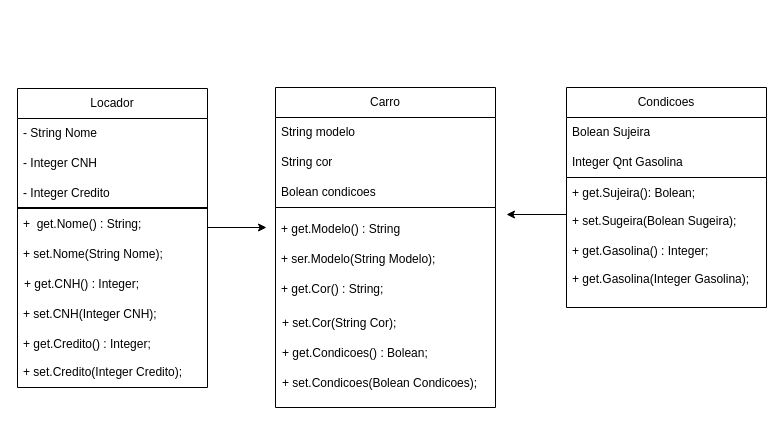
Earlier version of the draw.io diagram Diagrama_de_classes_Locacao.drawio (Amandavannuccic/Bertoti-Fatec). Source tidied: cells renumbered, new cells numbered last; positions are measured from the earlier drawing's top-left corner, leaving out a move shared by most shapes. Both pictures are drawn from the tidied source at 100%, with x=0, y=0 at pixel (17, 87).
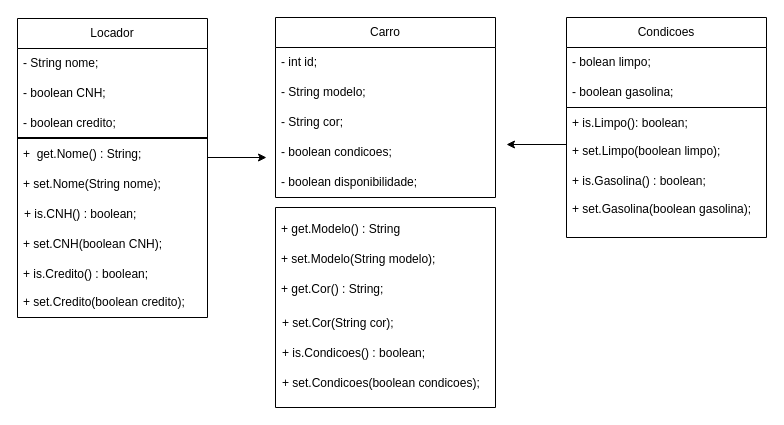
The same page after the edit.

Change to the diagram source:
```diff
@@
     <mxCell id="2" value="Condicoes" style="swimlane;fontStyle=0;horizontal=1;startSize=30;whiteSpace=wrap;html=1;" parent="1" vertex="1">
-      <mxGeometry x="549" width="200" height="90" as="geometry" />
+      <mxGeometry x="549" y="-70" width="200" height="90" as="geometry" />
     </mxCell>
-    <mxCell id="3" value="Bolean Sujeira" style="text;strokeColor=none;fillColor=none;align=left;verticalAlign=middle;spacingLeft=4;spacingRight=4;overflow=hidden;whiteSpace=wrap;html=1;" parent="2" vertex="1">
+    <mxCell id="3" value="- bolean limpo;" style="text;strokeColor=none;fillColor=none;align=left;verticalAlign=middle;spacingLeft=4;spacingRight=4;overflow=hidden;whiteSpace=wrap;html=1;" parent="2" vertex="1">
       <mxGeometry y="30" width="200" height="30" as="geometry" />
     </mxCell>
-    <mxCell id="4" value="Integer Qnt Gasolina" style="text;strokeColor=none;fillColor=none;align=left;verticalAlign=middle;spacingLeft=4;spacingRight=4;overflow=hidden;whiteSpace=wrap;html=1;" parent="2" vertex="1">
+    <mxCell id="4" value="- boolean gasolina;" style="text;strokeColor=none;fillColor=none;align=left;verticalAlign=middle;spacingLeft=4;spacingRight=4;overflow=hidden;whiteSpace=wrap;html=1;" parent="2" vertex="1">
       <mxGeometry y="60" width="200" height="30" as="geometry" />
     </mxCell>
     <mxCell id="5" value="Carro" style="swimlane;fontStyle=0;horizontal=1;startSize=30;whiteSpace=wrap;html=1;" parent="1" vertex="1">
-      <mxGeometry x="258" width="220" height="120" as="geometry" />
+      <mxGeometry x="258" y="-70" width="220" height="180" as="geometry" />
     </mxCell>
+    <mxCell id="34" value="- int id;" style="text;strokeColor=none;fillColor=none;align=left;verticalAlign=middle;spacingLeft=4;spacingRight=4;overflow=hidden;whiteSpace=wrap;html=1;" parent="5" vertex="1">
+      <mxGeometry y="30" width="220" height="30" as="geometry" />
+    </mxCell>
-    <mxCell id="6" value="String modelo" style="text;strokeColor=none;fillColor=none;align=left;verticalAlign=middle;spacingLeft=4;spacingRight=4;overflow=hidden;whiteSpace=wrap;html=1;" parent="5" vertex="1">
-      <mxGeometry y="30" width="220" height="30" as="geometry" />
+    <mxCell id="6" value="- String modelo;" style="text;strokeColor=none;fillColor=none;align=left;verticalAlign=middle;spacingLeft=4;spacingRight=4;overflow=hidden;whiteSpace=wrap;html=1;" parent="5" vertex="1">
+      <mxGeometry y="60" width="220" height="30" as="geometry" />
     </mxCell>
-    <mxCell id="7" value="String cor" style="text;strokeColor=none;fillColor=none;align=left;verticalAlign=middle;spacingLeft=4;spacingRight=4;overflow=hidden;whiteSpace=wrap;html=1;" parent="5" vertex="1">
-      <mxGeometry y="60" width="220" height="30" as="geometry" />
+    <mxCell id="7" value="- String cor;" style="text;strokeColor=none;fillColor=none;align=left;verticalAlign=middle;spacingLeft=4;spacingRight=4;overflow=hidden;whiteSpace=wrap;html=1;" parent="5" vertex="1">
+      <mxGeometry y="90" width="220" height="30" as="geometry" />
     </mxCell>
+    <mxCell id="35" value="- boolean condicoes;" style="text;strokeColor=none;fillColor=none;align=left;verticalAlign=middle;spacingLeft=4;spacingRight=4;overflow=hidden;whiteSpace=wrap;html=1;" parent="5" vertex="1">
+      <mxGeometry y="120" width="220" height="30" as="geometry" />
+    </mxCell>
-    <mxCell id="8" value="Bolean condicoes" style="text;strokeColor=none;fillColor=none;align=left;verticalAlign=middle;spacingLeft=4;spacingRight=4;overflow=hidden;whiteSpace=wrap;html=1;" parent="5" vertex="1">
-      <mxGeometry y="90" width="220" height="30" as="geometry" />
+    <mxCell id="8" value="- boolean disponibilidade;" style="text;strokeColor=none;fillColor=none;align=left;verticalAlign=middle;spacingLeft=4;spacingRight=4;overflow=hidden;whiteSpace=wrap;html=1;" parent="5" vertex="1">
+      <mxGeometry y="150" width="220" height="30" as="geometry" />
     </mxCell>
     <mxCell id="9" value="Locador" style="swimlane;fontStyle=0;horizontal=1;startSize=30;whiteSpace=wrap;html=1;" parent="1" vertex="1">
-      <mxGeometry y="1" width="190" height="120" as="geometry" />
+      <mxGeometry y="-69" width="190" height="120" as="geometry" />
     </mxCell>
-    <mxCell id="10" value="- String Nome&lt;span style=&quot;white-space: pre;&quot;&gt;&#9;&lt;/span&gt;" style="text;strokeColor=none;fillColor=none;align=left;verticalAlign=middle;spacingLeft=4;spacingRight=4;overflow=hidden;whiteSpace=wrap;html=1;" parent="9" vertex="1">
+    <mxCell id="10" value="- String nome;&lt;span style=&quot;white-space: pre;&quot;&gt;&#9;&lt;/span&gt;" style="text;strokeColor=none;fillColor=none;align=left;verticalAlign=middle;spacingLeft=4;spacingRight=4;overflow=hidden;whiteSpace=wrap;html=1;" parent="9" vertex="1">
       <mxGeometry y="30" width="190" height="30" as="geometry" />
     </mxCell>
-    <mxCell id="11" value="- Integer CNH" style="text;strokeColor=none;fillColor=none;align=left;verticalAlign=middle;spacingLeft=4;spacingRight=4;overflow=hidden;whiteSpace=wrap;html=1;" parent="9" vertex="1">
+    <mxCell id="11" value="- boolean CNH;" style="text;strokeColor=none;fillColor=none;align=left;verticalAlign=middle;spacingLeft=4;spacingRight=4;overflow=hidden;whiteSpace=wrap;html=1;" parent="9" vertex="1">
       <mxGeometry y="60" width="190" height="30" as="geometry" />
     </mxCell>
-    <mxCell id="12" value="- Integer Credito" style="text;strokeColor=none;fillColor=none;align=left;verticalAlign=middle;spacingLeft=4;spacingRight=4;overflow=hidden;whiteSpace=wrap;html=1;" parent="9" vertex="1">
+    <mxCell id="12" value="- boolean credito;" style="text;strokeColor=none;fillColor=none;align=left;verticalAlign=middle;spacingLeft=4;spacingRight=4;overflow=hidden;whiteSpace=wrap;html=1;" parent="9" vertex="1">
       <mxGeometry y="90" width="190" height="30" as="geometry" />
     </mxCell>
     <mxCell id="13" style="swimlane;startSize=0;" parent="1" vertex="1">
-      <mxGeometry y="120" width="190" height="180" as="geometry" />
+      <mxGeometry y="50" width="190" height="180" as="geometry" />
     </mxCell>
-    <mxCell id="14" value="+ set.Nome(String Nome);" style="text;strokeColor=none;fillColor=none;align=left;verticalAlign=middle;spacingLeft=4;spacingRight=4;overflow=hidden;whiteSpace=wrap;html=1;" parent="13" vertex="1">
+    <mxCell id="14" value="+ set.Nome(String nome);" style="text;strokeColor=none;fillColor=none;align=left;verticalAlign=middle;spacingLeft=4;spacingRight=4;overflow=hidden;whiteSpace=wrap;html=1;" parent="13" vertex="1">
       <mxGeometry y="32" width="190" height="30" as="geometry" />
     </mxCell>
-    <mxCell id="15" value="+ get.CNH() : Integer;" style="text;strokeColor=none;fillColor=none;align=left;verticalAlign=middle;spacingLeft=4;spacingRight=4;overflow=hidden;whiteSpace=wrap;html=1;" parent="13" vertex="1">
+    <mxCell id="15" value="+ is.CNH() : boolean;" style="text;strokeColor=none;fillColor=none;align=left;verticalAlign=middle;spacingLeft=4;spacingRight=4;overflow=hidden;whiteSpace=wrap;html=1;" parent="13" vertex="1">
       <mxGeometry x="1" y="62" width="189" height="30" as="geometry" />
     </mxCell>
-    <mxCell id="16" value="+ set.CNH(Integer CNH);" style="text;strokeColor=none;fillColor=none;align=left;verticalAlign=middle;spacingLeft=4;spacingRight=4;overflow=hidden;whiteSpace=wrap;html=1;" parent="13" vertex="1">
+    <mxCell id="16" value="+ set.CNH(boolean CNH);" style="text;strokeColor=none;fillColor=none;align=left;verticalAlign=middle;spacingLeft=4;spacingRight=4;overflow=hidden;whiteSpace=wrap;html=1;" parent="13" vertex="1">
       <mxGeometry y="92" width="190" height="30" as="geometry" />
     </mxCell>
-    <mxCell id="17" value="+ get.Credito() : Integer;" style="text;strokeColor=none;fillColor=none;align=left;verticalAlign=middle;spacingLeft=4;spacingRight=4;overflow=hidden;whiteSpace=wrap;html=1;" parent="13" vertex="1">
+    <mxCell id="17" value="+ is.Credito() : boolean;" style="text;strokeColor=none;fillColor=none;align=left;verticalAlign=middle;spacingLeft=4;spacingRight=4;overflow=hidden;whiteSpace=wrap;html=1;" parent="13" vertex="1">
       <mxGeometry y="122" width="190" height="30" as="geometry" />
     </mxCell>
-    <mxCell id="18" value="+ set.Credito(Integer Credito);" style="text;strokeColor=none;fillColor=none;align=left;verticalAlign=middle;spacingLeft=4;spacingRight=4;overflow=hidden;whiteSpace=wrap;html=1;" parent="13" vertex="1">
+    <mxCell id="18" value="+ set.Credito(boolean credito);" style="text;strokeColor=none;fillColor=none;align=left;verticalAlign=middle;spacingLeft=4;spacingRight=4;overflow=hidden;whiteSpace=wrap;html=1;" parent="13" vertex="1">
       <mxGeometry y="150" width="190" height="30" as="geometry" />
     </mxCell>
@@
     <mxCell id="20" style="swimlane;startSize=0;" parent="1" vertex="1">
-      <mxGeometry x="549" y="90" width="200" height="130" as="geometry" />
+      <mxGeometry x="549" y="20" width="200" height="130" as="geometry" />
     </mxCell>
-    <mxCell id="21" value="+ get.Sujeira():&lt;b&gt;&amp;nbsp;&lt;/b&gt;Bolean;" style="text;strokeColor=none;fillColor=none;align=left;verticalAlign=middle;spacingLeft=4;spacingRight=4;overflow=hidden;whiteSpace=wrap;html=1;" parent="20" vertex="1">
+    <mxCell id="21" value="+ is.Limpo():&lt;b&gt;&amp;nbsp;&lt;/b&gt;boolean;" style="text;strokeColor=none;fillColor=none;align=left;verticalAlign=middle;spacingLeft=4;spacingRight=4;overflow=hidden;whiteSpace=wrap;html=1;" parent="20" vertex="1">
       <mxGeometry y="1" width="200" height="30" as="geometry" />
     </mxCell>
-    <mxCell id="22" value="+ set.Sugeira(Bolean Sugeira);" style="text;strokeColor=none;fillColor=none;align=left;verticalAlign=middle;spacingLeft=4;spacingRight=4;overflow=hidden;points=[[0,0.5],[1,0.5]];portConstraint=eastwest;whiteSpace=wrap;html=1;" parent="20" vertex="1">
+    <mxCell id="22" value="+ set.Limpo(boolean limpo);" style="text;strokeColor=none;fillColor=none;align=left;verticalAlign=middle;spacingLeft=4;spacingRight=4;overflow=hidden;points=[[0,0.5],[1,0.5]];portConstraint=eastwest;whiteSpace=wrap;html=1;" parent="20" vertex="1">
       <mxGeometry y="29" width="200" height="30" as="geometry" />
     </mxCell>
-    <mxCell id="23" value="+ get.Gasolina() : Integer;" style="text;strokeColor=none;fillColor=none;align=left;verticalAlign=middle;spacingLeft=4;spacingRight=4;overflow=hidden;whiteSpace=wrap;html=1;" parent="20" vertex="1">
+    <mxCell id="23" value="+ is.Gasolina() : boolean;" style="text;strokeColor=none;fillColor=none;align=left;verticalAlign=middle;spacingLeft=4;spacingRight=4;overflow=hidden;whiteSpace=wrap;html=1;" parent="20" vertex="1">
       <mxGeometry y="59" width="200" height="30" as="geometry" />
     </mxCell>
-    <mxCell id="24" value="+ get.Gasolina(Integer Gasolina);" style="text;strokeColor=none;fillColor=none;align=left;verticalAlign=middle;spacingLeft=4;spacingRight=4;overflow=hidden;whiteSpace=wrap;html=1;" parent="20" vertex="1">
+    <mxCell id="24" value="+ set.Gasolina(boolean gasolina);" style="text;strokeColor=none;fillColor=none;align=left;verticalAlign=middle;spacingLeft=4;spacingRight=4;overflow=hidden;whiteSpace=wrap;html=1;" parent="20" vertex="1">
       <mxGeometry y="87" width="200" height="30" as="geometry" />
     </mxCell>
@@
-    <mxCell id="27" value="+ ser.Modelo(String Modelo);" style="text;strokeColor=none;fillColor=none;align=left;verticalAlign=middle;spacingLeft=4;spacingRight=4;overflow=hidden;whiteSpace=wrap;html=1;" parent="1" vertex="1">
+    <mxCell id="27" value="+ set.Modelo(String modelo);" style="text;strokeColor=none;fillColor=none;align=left;verticalAlign=middle;spacingLeft=4;spacingRight=4;overflow=hidden;whiteSpace=wrap;html=1;" parent="1" vertex="1">
       <mxGeometry x="258" y="157" width="200" height="30" as="geometry" />
     </mxCell>
@@
-    <mxCell id="29" value="+ set.Cor(String Cor);" style="text;strokeColor=none;fillColor=none;align=left;verticalAlign=middle;spacingLeft=4;spacingRight=4;overflow=hidden;whiteSpace=wrap;html=1;" parent="1" vertex="1">
+    <mxCell id="29" value="+ set.Cor(String cor);" style="text;strokeColor=none;fillColor=none;align=left;verticalAlign=middle;spacingLeft=4;spacingRight=4;overflow=hidden;whiteSpace=wrap;html=1;" parent="1" vertex="1">
       <mxGeometry x="259" y="221" width="200" height="30" as="geometry" />
     </mxCell>
-    <mxCell id="30" value="+ get.Condicoes() : Bolean;" style="text;strokeColor=none;fillColor=none;align=left;verticalAlign=middle;spacingLeft=4;spacingRight=4;overflow=hidden;whiteSpace=wrap;html=1;" parent="1" vertex="1">
+    <mxCell id="30" value="+ is.Condicoes() : boolean;" style="text;strokeColor=none;fillColor=none;align=left;verticalAlign=middle;spacingLeft=4;spacingRight=4;overflow=hidden;whiteSpace=wrap;html=1;" parent="1" vertex="1">
       <mxGeometry x="259" y="251" width="200" height="30" as="geometry" />
     </mxCell>
-    <mxCell id="31" value="+ set.Condicoes(Bolean Condicoes);" style="text;strokeColor=none;fillColor=none;align=left;verticalAlign=middle;spacingLeft=4;spacingRight=4;overflow=hidden;whiteSpace=wrap;html=1;" parent="1" vertex="1">
+    <mxCell id="31" value="+ set.Condicoes(boolean condicoes);" style="text;strokeColor=none;fillColor=none;align=left;verticalAlign=middle;spacingLeft=4;spacingRight=4;overflow=hidden;whiteSpace=wrap;html=1;" parent="1" vertex="1">
       <mxGeometry x="259" y="281" width="219" height="30" as="geometry" />
     </mxCell>
     <mxCell id="32" style="endArrow=classic;html=1;rounded=0;" parent="1" edge="1">
       <mxGeometry relative="1" as="geometry">
-        <mxPoint x="190" y="140" as="sourcePoint" />
-        <mxPoint x="249" y="140" as="targetPoint" />
+        <mxPoint x="190" y="70" as="sourcePoint" />
+        <mxPoint x="249" y="70" as="targetPoint" />
       </mxGeometry>
     </mxCell>
     <mxCell id="33" style="endArrow=classic;html=1;rounded=0;exitX=0;exitY=0.267;exitDx=0;exitDy=0;exitPerimeter=0;" parent="1" edge="1" source="22">
       <mxGeometry relative="1" as="geometry">
-        <mxPoint x="489" y="127" as="targetPoint" />
+        <mxPoint x="489" y="57" as="targetPoint" />
       </mxGeometry>
     </mxCell>
```
